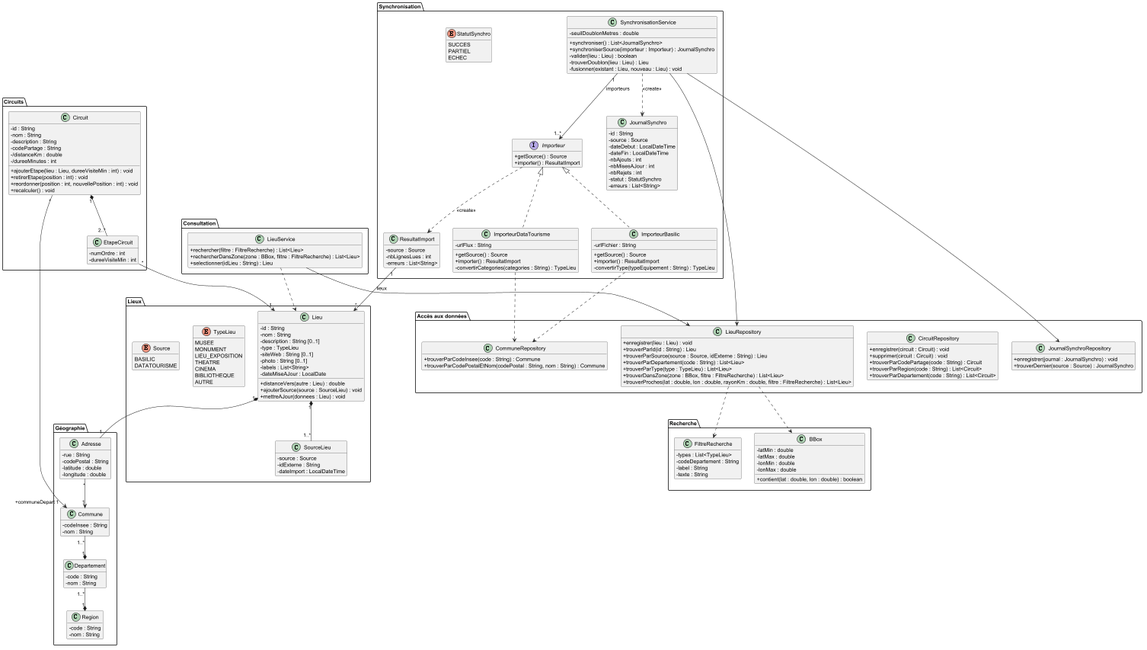
The PlantUML diagram docs/diagramme_classes.png in ThomasDlpt/Artlas, before a commit.
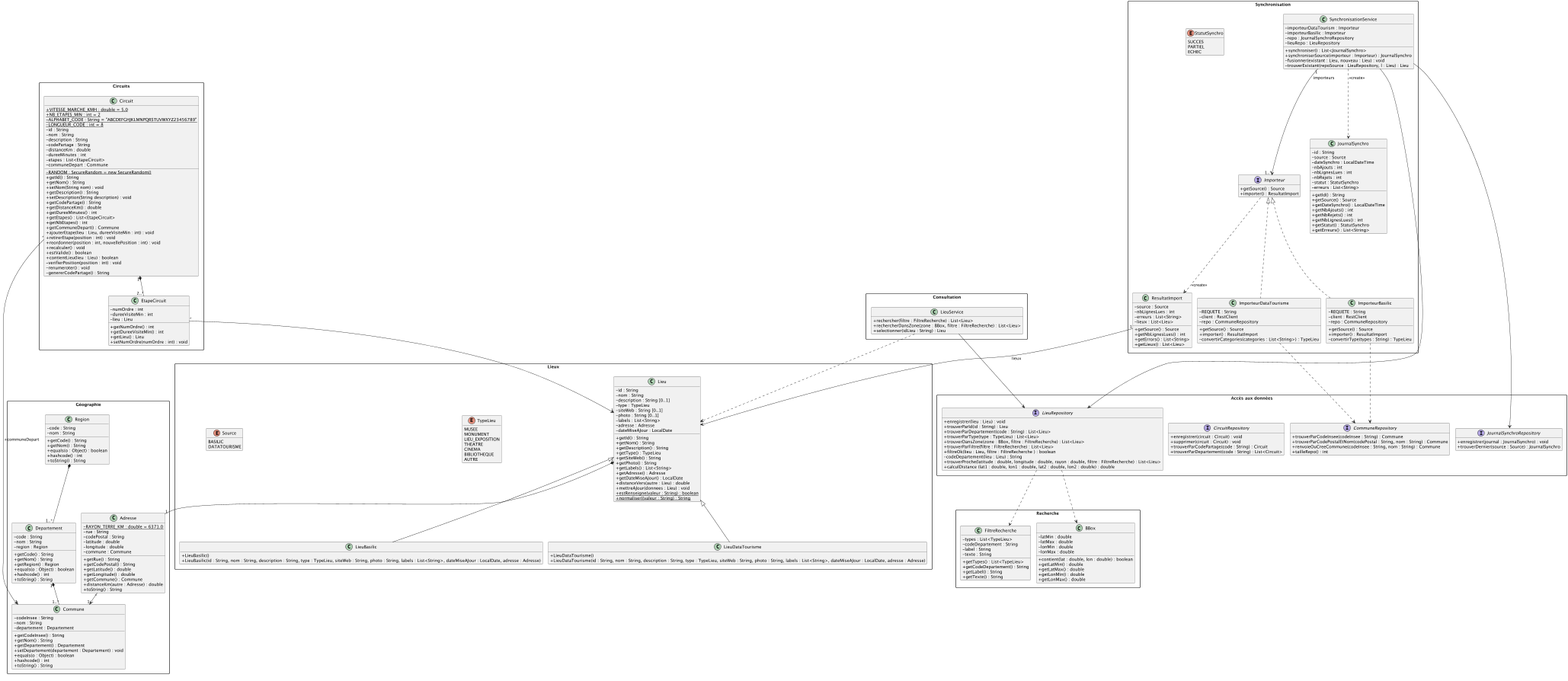
The same file after the commit.

Commit message:
nouveau diagramme de classe

Diff of the diagram source:
```diff
@@ -1,25 +1,62 @@
-@startuml diagramme-classes
+@startuml diagramme_classes
 skinparam classAttributeIconSize 0
+skinparam packageStyle rectangle
+skinparam linetype ortho
 hide empty members
 
-package "Géographie" {
-  class Region {
-    - code : String
+package "Circuits" {
+  class Circuit {
+    + {static} VITESSE_MARCHE_KMH : double = 5.0
+    + {static} NB_ETAPES_MIN : int = 2
+    - {static} ALPHABET_CODE : String = "ABCDEFGHJKLMNPQRSTUVWXYZ23456789"
+    - {static} LONGUEUR_CODE : int = 8
+    - {static} RANDOM : SecureRandom = new SecureRandom()
+    - id : String
     - nom : String
+    - description : String
+    - codePartage : String
+    - distanceKm : double
+    - dureeMinutes : int
+    - etapes : List<EtapeCircuit>
+    - communeDepart : Commune
+    + getId() : String
+    + getNom() : String
+    + setNom(String nom) : void
+    + getDescription() : String
+    + setDescription(String description) : void
+    + getCodePartage() : String
+    + getDistanceKm() : double
+    + getDureeMinutes() : int
+    + getEtapes() : List<EtapeCircuit>
+    + getNbEtapes() : int
+    + getCommuneDepart() : Commune
+    + ajouterEtape(lieu : Lieu, dureeVisiteMin : int) : void
+    + retirerEtape(position : int) : void
+    + reordonner(position : int, nouvellePosition : int) : void
+    + recalculer() : void
+    + estValide() : boolean
+    + contientLieu(lieu : Lieu) : boolean
+    - verifierPosition(position : int) : void
+    - renumeroter() : void
+    - genererCodePartage() : String
   }
-  class Departement {
-    - code : String
-    - nom : String
+
+  class EtapeCircuit {
+    - numOrdre : int
+    - dureeVisiteMin : int
+    - lieu : Lieu
+    + getNumOrdre() : int
+    + getDureeVisiteMin() : int
+    + getLieu() : Lieu
+    + setNumOrdre(numOrdre : int) : void
   }
-  class Commune {
-    - codeInsee : String
-    - nom : String
-  }
-  class Adresse {
-    - rue : String
-    - codePostal : String
-    - latitude : double
-    - longitude : double
+}
+
+package "Consultation" {
+  class LieuService {
+    + rechercher(filtre : FiltreRecherche) : List<Lieu>
+    + rechercherDansZone(zone : BBox, filtre : FiltreRecherche) : List<Lieu>
+    + selectionner(idLieu : String) : Lieu
   }
 }
 
@@ -32,16 +69,33 @@
     - siteWeb : String [0..1]
     - photo : String [0..1]
     - labels : List<String>
+    - adresse : Adresse
     - dateMiseAJour : LocalDate
+    + getId() : String
+    + getNom() : String
+    + getDescription() : String
+    + getType() : TypeLieu
+    + getSiteWeb() : String
+    + getPhoto() : String
+    + getLabels() : List<String>
+    + getAdresse() : Adresse
+    + getDateMiseAJour() : LocalDate
     + distanceVers(autre : Lieu) : double
-    + ajouterSource(source : SourceLieu) : void
     + mettreAJour(donnees : Lieu) : void
+    + {static} estRenseigne(valeur : String) : boolean
+    + {static}normaliser((valeur : String) : String
   }
-  class SourceLieu {
-    - source : Source
-    - idExterne : String
-    - dateImport : LocalDateTime
+
+  class LieuBasilic {
+    + LieuBasilic()
+    + LieuBasilic(id : String, nom : String, description : String, type : TypeLieu, siteWeb : String, photo : String, labels : List<String>, dateMiseAJour : LocalDate, adresse : Adresse)
   }
+
+  class LieuDataTourisme {
+    + LieuDataTourisme()
+    + LieuDataTourisme(id : String, nom : String, description : String, type : TypeLieu, siteWeb : String, photo : String, labels : List<String>, dateMiseAJour : LocalDate, adresse : Adresse)
+  }
+
   enum TypeLieu {
     MUSEE
     MONUMENT
@@ -51,96 +105,132 @@
     BIBLIOTHEQUE
     AUTRE
   }
+
   enum Source {
     BASILIC
     DATATOURISME
   }
 }
 
-package "Circuits" {
-  class Circuit {
-    - id : String
+package "Géographie" {
+  class Adresse {
+    - {static} RAYON_TERRE_KM : double = 6371.0
+    - rue : String
+    - codePostal : String
+    - latitude : double
+    - longitude : double
+    - commune : Commune
+    + getRue() : String
+    + getCodePostal() : String
+    + getLatitude() : double
+    + getLongitude() : double
+    + getCommune() : Commune
+    + distanceKm(autre : Adresse) : double
+    + toString() : String
+  }
+
+  class Commune {
+    - codeInsee : String
     - nom : String
-    - description : String
-    - codePartage : String
-    - /distanceKm : double
-    - /dureeMinutes : int
-    + ajouterEtape(lieu : Lieu, dureeVisiteMin : int) : void
-    + retirerEtape(position : int) : void
-    + reordonner(position : int, nouvellePosition : int) : void
-    + recalculer() : void
+    - departement : Departement
+    + getCodeInsee() : String
+    + getNom() : String
+    + getDepartement() : Departement
+    + setDepartement(departement : Departement) : void
+    + equals(o : Object) : boolean
+    + hashcode() : int
+    + toString() : String
   }
-  class EtapeCircuit {
-    - numOrdre : int
-    - dureeVisiteMin : int
+
+  class Departement {
+    - code : String
+    - nom : String
+    - region : Region
+     + getCode() : String
+     + getNom() : String
+     + getRegion() : Region
+     + equals(o : Object) : boolean
+     + hashcode() : int
+     + toString() : String
   }
-}
 
-package "Recherche" {
-  class BBox {
-    - latMin : double
-    - latMax : double
-    - lonMin : double
-    - lonMax : double
-    + contient(lat : double, lon : double) : boolean
-  }
-  class FiltreRecherche {
-    - types : List<TypeLieu>
-    - codeDepartement : String
-    - label : String
-    - texte : String
-  }
-}
-
-package "Consultation" {
-  class LieuService {
-    + rechercher(filtre : FiltreRecherche) : List<Lieu>
-    + rechercherDansZone(zone : BBox, filtre : FiltreRecherche) : List<Lieu>
-    + selectionner(idLieu : String) : Lieu
+  class Region {
+    - code : String
+    - nom : String
+    + getCode() : String
+    + getNom() : String
+    + equals(o : Object) : boolean
+    + hashcode() : int
+    + toString() : String
   }
 }
 
 package "Synchronisation" {
   class SynchronisationService {
-    - seuilDoublonMetres : double
+    - importeurDataTourism : Importeur
+    - importeurBasilic : Importeur
+    - repo : JournalSynchroRepository
+    - lieuRepo : LieuRepository
     + synchroniser() : List<JournalSynchro>
     + synchroniserSource(importeur : Importeur) : JournalSynchro
-    - valider(lieu : Lieu) : boolean
-    - trouverDoublon(lieu : Lieu) : Lieu
     - fusionner(existant : Lieu, nouveau : Lieu) : void
+    - trouverExistant(repoSource : LieuRepository, l : Lieu) : Lieu
   }
+
   interface Importeur {
     + getSource() : Source
     + importer() : ResultatImport
   }
-  class ImporteurBasilic {
-    - urlFichier : String
+
+  class ImporteurDataTourisme {
+    - REQUETE : String
+    - client : RestClient
+    - repo : CommuneRepository
     + getSource() : Source
     + importer() : ResultatImport
-    - convertirType(typeEquipement : String) : TypeLieu
+    - convertirCategories(categories : List<String>) : TypeLieu
   }
-  class ImporteurDataTourisme {
-    - urlFlux : String
+
+  class ImporteurBasilic {
+    - REQUETE : String
+    - client : RestClient
+    - repo : CommuneRepository
     + getSource() : Source
     + importer() : ResultatImport
-    - convertirCategories(categories : String) : TypeLieu
+    - convertirType(types : String) : TypeLieu
   }
+
   class ResultatImport {
     - source : Source
     - nbLignesLues : int
     - erreurs : List<String>
+    - lieux : List<Lieu>
+    + getSource() : Source
+    + getNbLignesLues() : int
+    + getErrors() : List<String>
+    + getLieux() : List<Lieu>
   }
+
   class JournalSynchro {
     - id : String
     - source : Source
-    - dateDebut : LocalDateTime
-    - dateFin : LocalDateTime
+    - dateSynchro : LocalDateTime
     - nbAjouts : int
-    - nbMisesAJour : int
+    - nbLignesLues : int
     - nbRejets : int
     - statut : StatutSynchro
     - erreurs : List<String>
+    + getId() : String
+    + getSource() : Source
+    + getDateSynchro() : LocalDateTime
+    + getNbAjouts() : int
+    + getNbRejets() : int
+    + getNbLignesLues() : int
+    + getStatut() : StatutSynchro
+    + getErreurs() : List<String>
+
   }
+
   enum StatutSynchro {
     SUCCES
     PARTIEL
@@ -149,56 +239,92 @@
 }
 
 package "Accès aux données" {
-  class LieuRepository {
+  interface CommuneRepository {
+    + trouverParCodeInsee(codeInsee : String) : Commune
+    + trouverParCodePostalEtNom(codePostal : String, nom : String) : Commune
+    + renvoieOuCreeCommune(codeInsee : String, nom : String) : Commune
+    + tailleRepo() : int
+  }
+
+  interface LieuRepository {
     + enregistrer(lieu : Lieu) : void
     + trouverParId(id : String) : Lieu
-    + trouverParSource(source : Source, idExterne : String) : Lieu
     + trouverParDepartement(code : String) : List<Lieu>
     + trouverParType(type : TypeLieu) : List<Lieu>
     + trouverDansZone(zone : BBox, filtre : FiltreRecherche) : List<Lieu>
-    + trouverProches(lat : double, lon : double, rayonKm : double, filtre : FiltreRecherche) : List<Lieu>
+    + trouverParFiltre(filtre : FiltreRecherche) : List<Lieu>
+    + filtreOk(lieu : Lieu, filtre : FiltreRecherche ) : boolean
+    - codeDepartement(lieu : Lieu) : String
+    + trouverProche(latitude : double, longitude : double, rayon : double, filtre : FiltreRecherche) : List<Lieu>
+    + calculDistance (lat1 : double, lon1 : double, lat2 : double, lon2 : double) : double
   }
-  class CircuitRepository {
+
+  interface CircuitRepository {
     + enregistrer(circuit : Circuit) : void
     + supprimer(circuit : Circuit) : void
     + trouverParCodePartage(code : String) : Circuit
-    + trouverParRegion(code : String) : List<Circuit>
     + trouverParDepartement(code : String) : List<Circuit>
   }
-  class CommuneRepository {
-    + trouverParCodeInsee(code : String) : Commune
-    + trouverParCodePostalEtNom(codePostal : String, nom : String) : Commune
-  }
-  class JournalSynchroRepository {
+
+  interface JournalSynchroRepository {
     + enregistrer(journal : JournalSynchro) : void
     + trouverDernier(source : Source) : JournalSynchro
   }
 }
 
-Commune "1..*" --* "1" Departement
-Departement "1..*" --* "1" Region
-Lieu "1" *-- "1" Adresse
-Adresse "*" --> "1" Commune
-Lieu "1" *-- "1..*" SourceLieu
+package "Recherche" {
+  class FiltreRecherche {
+    - types : List<TypeLieu>
+    - codeDepartement : String
+    - label : String
+    - texte : String
+    + getTypes() : List<TypeLieu>
+    + getCodeDepartement() : String
+    + getLabel() : String
+    + getTexte() : String
+  }
+
+  class BBox {
+    - latMin : double
+    - latMax : double
+    - lonMin : double
+    - lonMax : double
+    + contient(lat : double, lon : double) : boolean
+    + getLatMin() : double
+    + getLatMax() : double
+    + getLonMin() : double
+    + getLonMax() : double
+  }
+}
+
 
 Circuit "1" *-- "2..*" EtapeCircuit
 EtapeCircuit "*" --> "1" Lieu
-Circuit "*" --> "+communeDepart 1" Commune
+Circuit "*" --> "1" Commune : +communeDepart
 
-Importeur <|.. ImporteurBasilic
-Importeur <|.. ImporteurDataTourisme
+Lieu "1" *-- "1" Adresse
+Lieu <|-- LieuBasilic
+Lieu <|-- LieuDataTourisme
+
+Adresse "*" --> "1" Commune
+Departement "1" *-- "1..*" Commune
+Region "1" *-- "1..*" Departement
+
+LieuService ..> Lieu
+LieuService --> LieuRepository
+
 SynchronisationService "1" --> "1..*" Importeur : importeurs
+SynchronisationService ..> JournalSynchro : <<create>>
 SynchronisationService --> LieuRepository
 SynchronisationService --> JournalSynchroRepository
-SynchronisationService ..> JournalSynchro : <<create>>
+Importeur <|.. ImporteurDataTourisme
+Importeur <|.. ImporteurBasilic
 Importeur ..> ResultatImport : <<create>>
 ResultatImport "1" --> "*" Lieu : lieux
+ImporteurDataTourisme ..> CommuneRepository
 ImporteurBasilic ..> CommuneRepository
-ImporteurDataTourisme ..> CommuneRepository
 
+LieuRepository ..> FiltreRecherche
 LieuRepository ..> BBox
-LieuRepository ..> FiltreRecherche
 
-LieuService --> LieuRepository
-LieuService ..> Lieu
 @enduml
```
